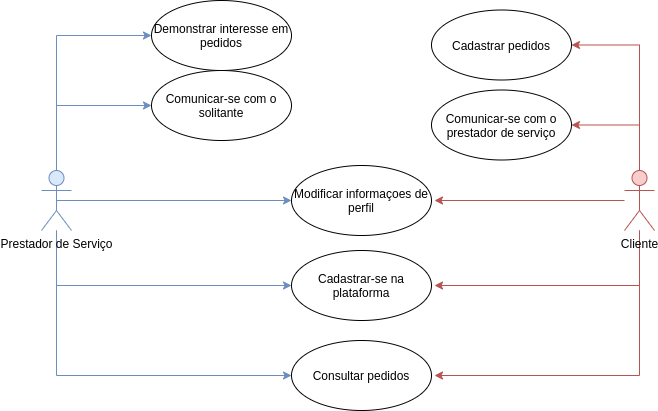
henriquevital00/Relic keeps this draw.io diagram as useCases/useCases.png. Above is the earlier version. Source tidied: cells renumbered, new cells last; positions are measured from the earlier drawing's top-left corner, leaving out a move shared by most shapes.
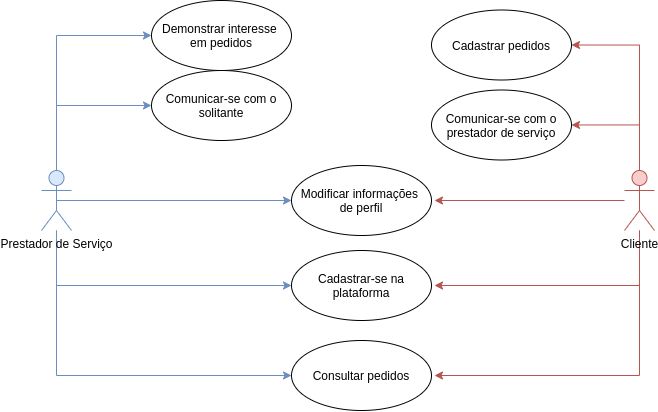
The same diagram one commit later.

Commit message:
Added use case file

Change to the diagram source:
```diff
@@ -33,7 +33,7 @@
     <mxCell id="7" value="Prestador de Serviço" style="shape=umlActor;verticalLabelPosition=bottom;verticalAlign=top;html=1;fillColor=#dae8fc;strokeColor=#6c8ebf;" parent="1" vertex="1">
       <mxGeometry y="170" width="30" height="60" as="geometry" />
     </mxCell>
-    <mxCell id="8" value="Demonstrar interesse em pedidos" style="ellipse;whiteSpace=wrap;html=1;" parent="1" vertex="1">
+    <mxCell id="8" value="Demonstrar interesse&amp;nbsp; em pedidos" style="ellipse;whiteSpace=wrap;html=1;" parent="1" vertex="1">
       <mxGeometry x="110" width="140" height="70" as="geometry" />
     </mxCell>
     <mxCell id="9" value="Comunicar-se com o solitante" style="ellipse;whiteSpace=wrap;html=1;" parent="1" vertex="1">
@@ -83,7 +83,7 @@
     <mxCell id="17" value="Cliente" style="shape=umlActor;verticalLabelPosition=bottom;verticalAlign=top;html=1;fillColor=#f8cecc;strokeColor=#b85450;" parent="1" vertex="1">
       <mxGeometry x="583" y="170" width="30" height="60" as="geometry" />
     </mxCell>
-    <mxCell id="18" value="Modificar informaçoes de perfil" style="ellipse;whiteSpace=wrap;html=1;" parent="1" vertex="1">
+    <mxCell id="18" value="Modificar informações &lt;br&gt;de perfil" style="ellipse;whiteSpace=wrap;html=1;" parent="1" vertex="1">
       <mxGeometry x="250" y="165" width="140" height="70" as="geometry" />
     </mxCell>
     <mxCell id="19" value="Cadastrar-se na plataforma" style="ellipse;whiteSpace=wrap;html=1;" parent="1" vertex="1">
```
